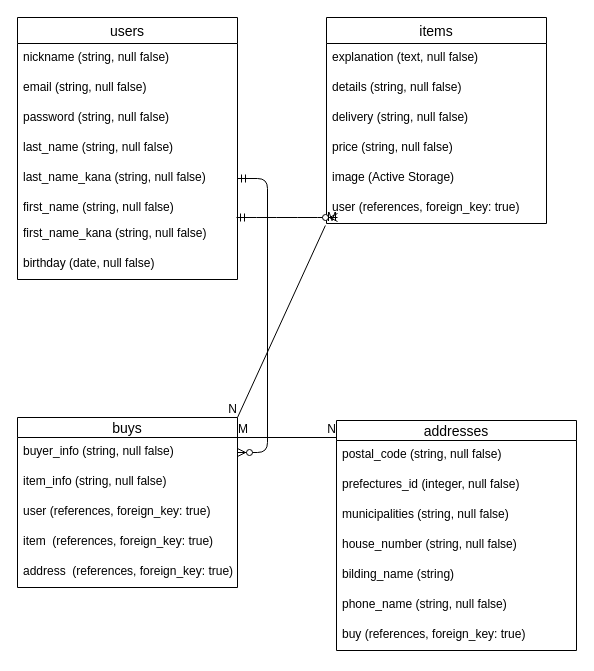
Earlier version of the draw.io diagram furima.dio (masayoshi12/furima-27053). Source tidied: cells renumbered, new cells numbered last; positions are measured from the earlier drawing's top-left corner, leaving out a move shared by most shapes. Both pictures are drawn from the tidied source at 100%, with x=0, y=0 at pixel (17, 17).
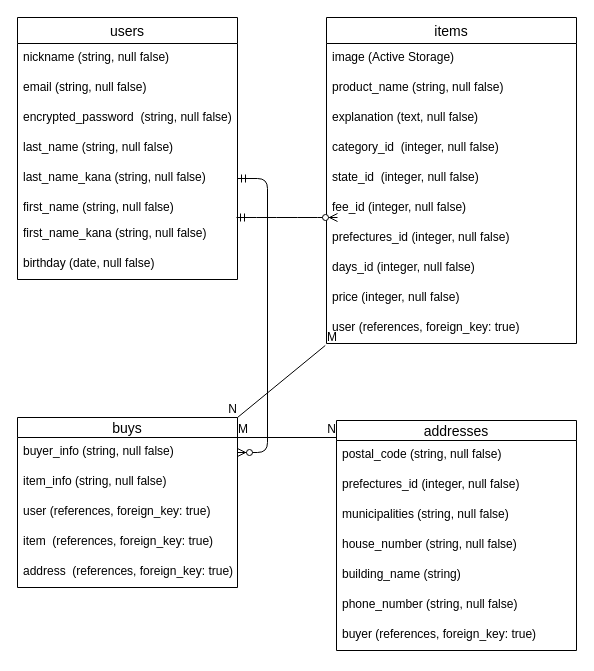
The same page after the edit.

Commit message (it also covers changes not shown here):
データベース設計（修正_2)

The change refers to these unchanged cells:
```xml
<mxCell id="2" value="users" style="swimlane;fontStyle=0;horizontal=1;startSize=26;align=center;fontSize=14;" parent="1" vertex="1">
  <mxGeometry width="220" height="262" as="geometry" />
</mxCell>
<mxCell id="28" value="addresses" style="swimlane;fontStyle=0;horizontal=1;startSize=20;align=center;fontSize=14;" parent="1" vertex="1">
  <mxGeometry x="319" y="403" width="240" height="230" as="geometry" />
</mxCell>
```

Diff of the diagram source:
```diff
@@
-    <mxCell id="5" value="password (string, null false)" style="text;strokeColor=none;fillColor=none;spacingLeft=4;spacingRight=4;overflow=hidden;fontSize=12;" parent="2" vertex="1">
+    <mxCell id="5" value="encrypted_password  (string, null false)" style="text;strokeColor=none;fillColor=none;spacingLeft=4;spacingRight=4;overflow=hidden;fontSize=12;" parent="2" vertex="1">
       <mxGeometry y="86" width="220" height="30" as="geometry" />
     </mxCell>
@@
     <mxCell id="11" value="items" style="swimlane;fontStyle=0;horizontal=1;startSize=26;align=center;fontSize=14;" parent="1" vertex="1">
-      <mxGeometry x="309" width="220" height="206" as="geometry" />
+      <mxGeometry x="309" width="250" height="326" as="geometry" />
     </mxCell>
+    <mxCell id="16" value="image (Active Storage)" style="text;strokeColor=none;fillColor=none;spacingLeft=4;spacingRight=4;overflow=hidden;fontSize=12;" parent="11" vertex="1">
+      <mxGeometry y="26" width="250" height="30" as="geometry" />
+    </mxCell>
+    <mxCell id="13" value="product_name (string, null false)" style="text;strokeColor=none;fillColor=none;spacingLeft=4;spacingRight=4;overflow=hidden;fontSize=12;" parent="11" vertex="1">
+      <mxGeometry y="56" width="250" height="30" as="geometry" />
+    </mxCell>
     <mxCell id="12" value="explanation (text, null false)" style="text;strokeColor=none;fillColor=none;spacingLeft=4;spacingRight=4;overflow=hidden;fontSize=12;" parent="11" vertex="1">
-      <mxGeometry y="26" width="220" height="30" as="geometry" />
+      <mxGeometry y="86" width="250" height="30" as="geometry" />
     </mxCell>
-    <mxCell id="13" value="details (string, null false)" style="text;strokeColor=none;fillColor=none;spacingLeft=4;spacingRight=4;overflow=hidden;fontSize=12;" parent="11" vertex="1">
-      <mxGeometry y="56" width="220" height="30" as="geometry" />
-    </mxCell>
-    <mxCell id="14" value="delivery (string, null false)" style="text;strokeColor=none;fillColor=none;spacingLeft=4;spacingRight=4;overflow=hidden;fontSize=12;" parent="11" vertex="1">
-      <mxGeometry y="86" width="220" height="30" as="geometry" />
+    <mxCell id="14" value="category_id  (integer, null false)" style="text;strokeColor=none;fillColor=none;spacingLeft=4;spacingRight=4;overflow=hidden;fontSize=12;" parent="11" vertex="1">
+      <mxGeometry y="116" width="250" height="30" as="geometry" />
     </mxCell>
+    <mxCell id="40" value="state_id  (integer, null false)" style="text;strokeColor=none;fillColor=none;spacingLeft=4;spacingRight=4;overflow=hidden;fontSize=12;" parent="11" vertex="1">
+      <mxGeometry y="146" width="250" height="30" as="geometry" />
+    </mxCell>
+    <mxCell id="41" value="fee_id (integer, null false)" style="text;strokeColor=none;fillColor=none;spacingLeft=4;spacingRight=4;overflow=hidden;fontSize=12;" parent="11" vertex="1">
+      <mxGeometry y="176" width="250" height="30" as="geometry" />
+    </mxCell>
+    <mxCell id="42" value="prefectures_id (integer, null false)" style="text;strokeColor=none;fillColor=none;spacingLeft=4;spacingRight=4;overflow=hidden;fontSize=12;" parent="11" vertex="1">
+      <mxGeometry y="206" width="250" height="30" as="geometry" />
+    </mxCell>
+    <mxCell id="43" value="days_id (integer, null false)" style="text;strokeColor=none;fillColor=none;spacingLeft=4;spacingRight=4;overflow=hidden;fontSize=12;" parent="11" vertex="1">
+      <mxGeometry y="236" width="250" height="30" as="geometry" />
+    </mxCell>
-    <mxCell id="15" value="price (string, null false)" style="text;strokeColor=none;fillColor=none;spacingLeft=4;spacingRight=4;overflow=hidden;fontSize=12;" parent="11" vertex="1">
-      <mxGeometry y="116" width="220" height="30" as="geometry" />
+    <mxCell id="15" value="price (integer, null false)" style="text;strokeColor=none;fillColor=none;spacingLeft=4;spacingRight=4;overflow=hidden;fontSize=12;" parent="11" vertex="1">
+      <mxGeometry y="266" width="250" height="30" as="geometry" />
     </mxCell>
-    <mxCell id="16" value="image (Active Storage)" style="text;strokeColor=none;fillColor=none;spacingLeft=4;spacingRight=4;overflow=hidden;fontSize=12;" parent="11" vertex="1">
-      <mxGeometry y="146" width="220" height="30" as="geometry" />
-    </mxCell>
     <mxCell id="17" value="user (references, foreign_key: true)" style="text;strokeColor=none;fillColor=none;spacingLeft=4;spacingRight=4;overflow=hidden;points=[[0,0.5],[1,0.5]];portConstraint=eastwest;fontSize=12;" parent="11" vertex="1">
-      <mxGeometry y="176" width="220" height="30" as="geometry" />
+      <mxGeometry y="296" width="250" height="30" as="geometry" />
     </mxCell>
@@
-    <mxCell id="33" value="bilding_name (string)" style="text;strokeColor=none;fillColor=none;spacingLeft=4;spacingRight=4;overflow=hidden;fontSize=12;" parent="28" vertex="1">
+    <mxCell id="33" value="building_name (string)" style="text;strokeColor=none;fillColor=none;spacingLeft=4;spacingRight=4;overflow=hidden;fontSize=12;" parent="28" vertex="1">
       <mxGeometry y="140" width="240" height="30" as="geometry" />
     </mxCell>
-    <mxCell id="34" value="phone_name (string, null false)" style="text;strokeColor=none;fillColor=none;spacingLeft=4;spacingRight=4;overflow=hidden;fontSize=12;" parent="28" vertex="1">
+    <mxCell id="34" value="phone_number (string, null false)" style="text;strokeColor=none;fillColor=none;spacingLeft=4;spacingRight=4;overflow=hidden;fontSize=12;" parent="28" vertex="1">
       <mxGeometry y="170" width="240" height="30" as="geometry" />
     </mxCell>
-    <mxCell id="35" value="buy (references, foreign_key: true)" style="text;strokeColor=none;fillColor=none;spacingLeft=4;spacingRight=4;overflow=hidden;fontSize=12;" parent="28" vertex="1">
+    <mxCell id="35" value="buyer (references, foreign_key: true)" style="text;strokeColor=none;fillColor=none;spacingLeft=4;spacingRight=4;overflow=hidden;fontSize=12;" parent="28" vertex="1">
       <mxGeometry y="200" width="240" height="30" as="geometry" />
     </mxCell>
```
